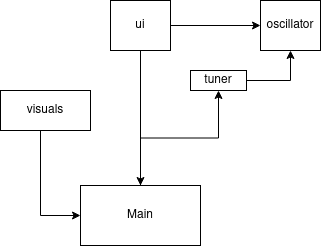
The draw.io diagram dokumentaatio/kuvat/pysynth.drawio.png in pmsainio/ot-harjoitustyo, before a commit. Source tidied: cells renumbered, new cells last; positions are measured from the earlier drawing's top-left corner, leaving out a move shared by most shapes. Its diagram source:
```xml
<mxGraphModel>
  <root>
    <mxCell id="0" />
    <mxCell id="1" parent="0" />
    <mxCell id="2" style="edgeStyle=orthogonalEdgeStyle;rounded=0;jettySize=auto;html=1;" parent="1" edge="1" source="4" target="6">
      <mxGeometry relative="1" as="geometry" />
    </mxCell>
    <mxCell id="3" style="edgeStyle=orthogonalEdgeStyle;rounded=0;jettySize=auto;html=1;" parent="1" edge="1" source="4" target="7">
      <mxGeometry relative="1" as="geometry" />
    </mxCell>
    <mxCell id="4" value="ui" style="rounded=0;whiteSpace=wrap;html=1;" parent="1" vertex="1">
      <mxGeometry x="110" width="60" height="50" as="geometry" />
    </mxCell>
    <mxCell id="5" style="edgeStyle=orthogonalEdgeStyle;rounded=0;jettySize=auto;html=1;" parent="1" edge="1" source="6" target="9">
      <mxGeometry relative="1" as="geometry" />
    </mxCell>
    <mxCell id="6" value="Main" style="whiteSpace=wrap;html=1;rounded=0;" parent="1" vertex="1">
      <mxGeometry x="80" y="185" width="120" height="60" as="geometry" />
    </mxCell>
    <mxCell id="7" value="oscillator" style="rounded=0;whiteSpace=wrap;html=1;" parent="1" vertex="1">
      <mxGeometry x="260" width="60" height="50" as="geometry" />
    </mxCell>
    <mxCell id="8" style="edgeStyle=orthogonalEdgeStyle;rounded=0;jettySize=auto;html=1;entryX=0.5;entryY=1;entryDx=0;entryDy=0;" parent="1" edge="1" source="9" target="7">
      <mxGeometry relative="1" as="geometry" />
    </mxCell>
    <mxCell id="9" value="tuner" style="whiteSpace=wrap;html=1;rounded=0;" parent="1" vertex="1">
      <mxGeometry x="190" y="70" width="56" height="20" as="geometry" />
    </mxCell>
    <mxCell id="10" style="edgeStyle=orthogonalEdgeStyle;rounded=0;jettySize=auto;html=1;entryX=0;entryY=0.5;entryDx=0;entryDy=0;" parent="1" edge="1" source="11" target="6">
      <mxGeometry relative="1" as="geometry">
        <Array as="points">
          <mxPoint x="40" y="215" />
        </Array>
      </mxGeometry>
    </mxCell>
    <mxCell id="11" value="visuals" style="rounded=0;whiteSpace=wrap;html=1;" parent="1" vertex="1">
      <mxGeometry y="90" width="90" height="40" as="geometry" />
    </mxCell>
  </root>
</mxGraphModel>
```
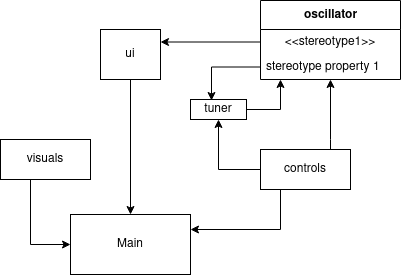
Later version of the same file.

The edit, as a diff of the source:
```diff
@@ -5,26 +5,19 @@
     <mxCell id="2" style="edgeStyle=orthogonalEdgeStyle;rounded=0;jettySize=auto;html=1;" parent="1" edge="1" source="4" target="6">
       <mxGeometry relative="1" as="geometry" />
     </mxCell>
-    <mxCell id="3" style="edgeStyle=orthogonalEdgeStyle;rounded=0;jettySize=auto;html=1;" parent="1" edge="1" source="4" target="7">
-      <mxGeometry relative="1" as="geometry" />
-    </mxCell>
     <mxCell id="4" value="ui" style="rounded=0;whiteSpace=wrap;html=1;" parent="1" vertex="1">
       <mxGeometry x="110" width="60" height="50" as="geometry" />
     </mxCell>
-    <mxCell id="5" style="edgeStyle=orthogonalEdgeStyle;rounded=0;jettySize=auto;html=1;" parent="1" edge="1" source="6" target="9">
-      <mxGeometry relative="1" as="geometry" />
-    </mxCell>
     <mxCell id="6" value="Main" style="whiteSpace=wrap;html=1;rounded=0;" parent="1" vertex="1">
       <mxGeometry x="80" y="185" width="120" height="60" as="geometry" />
     </mxCell>
-    <mxCell id="7" value="oscillator" style="rounded=0;whiteSpace=wrap;html=1;" parent="1" vertex="1">
-      <mxGeometry x="260" width="60" height="50" as="geometry" />
-    </mxCell>
-    <mxCell id="8" style="edgeStyle=orthogonalEdgeStyle;rounded=0;jettySize=auto;html=1;entryX=0.5;entryY=1;entryDx=0;entryDy=0;" parent="1" edge="1" source="9" target="7">
-      <mxGeometry relative="1" as="geometry" />
+    <mxCell id="8" style="edgeStyle=orthogonalEdgeStyle;rounded=0;jettySize=auto;html=1;entryX=0.5;entryY=1;entryDx=0;entryDy=0;" parent="1" edge="1" source="9">
+      <mxGeometry relative="1" as="geometry">
+        <mxPoint x="290" y="50" as="targetPoint" />
+      </mxGeometry>
     </mxCell>
     <mxCell id="9" value="tuner" style="whiteSpace=wrap;html=1;rounded=0;" parent="1" vertex="1">
-      <mxGeometry x="190" y="70" width="56" height="20" as="geometry" />
+      <mxGeometry x="200" y="70" width="56" height="20" as="geometry" />
     </mxCell>
     <mxCell id="10" style="edgeStyle=orthogonalEdgeStyle;rounded=0;jettySize=auto;html=1;entryX=0;entryY=0.5;entryDx=0;entryDy=0;" parent="1" edge="1" source="11" target="6">
       <mxGeometry relative="1" as="geometry">
@@ -34,7 +27,43 @@
       </mxGeometry>
     </mxCell>
     <mxCell id="11" value="visuals" style="rounded=0;whiteSpace=wrap;html=1;" parent="1" vertex="1">
-      <mxGeometry y="90" width="90" height="40" as="geometry" />
+      <mxGeometry x="10" y="110" width="90" height="40" as="geometry" />
     </mxCell>
+    <mxCell id="7" value="oscillator" style="swimlane;fontStyle=1;align=center;verticalAlign=middle;horizontal=1;startSize=29;html=1;" parent="1" vertex="1">
+      <mxGeometry x="270" y="-29" width="140" height="79" as="geometry" />
+    </mxCell>
+    <mxCell id="12" value="&amp;lt;&amp;lt;stereotype1&amp;gt;&amp;gt;" style="text;html=1;strokeColor=none;fillColor=none;align=center;verticalAlign=middle;spacingLeft=4;spacingRight=4;overflow=hidden;points=[[0,0.5],[1,0.5]];portConstraint=eastwest;" parent="7" vertex="1">
+      <mxGeometry y="29" width="140" height="25" as="geometry" />
+    </mxCell>
+    <mxCell id="13" value="stereotype property 1" style="text;html=1;strokeColor=none;fillColor=none;align=left;verticalAlign=middle;spacingLeft=4;spacingRight=4;overflow=hidden;points=[[0,0.5],[1,0.5]];portConstraint=eastwest;" parent="7" vertex="1">
+      <mxGeometry y="54" width="140" height="25" as="geometry" />
+    </mxCell>
+    <mxCell id="14" style="edgeStyle=orthogonalEdgeStyle;rounded=0;jettySize=auto;html=1;entryX=0.5;entryY=1;entryDx=0;entryDy=0;" parent="1" edge="1" source="17" target="9">
+      <mxGeometry relative="1" as="geometry" />
+    </mxCell>
+    <mxCell id="15" style="edgeStyle=orthogonalEdgeStyle;rounded=0;jettySize=auto;html=1;entryX=0.5;entryY=1;entryDx=0;entryDy=0;" parent="1" edge="1" source="17" target="7">
+      <mxGeometry relative="1" as="geometry">
+        <Array as="points">
+          <mxPoint x="340" y="110" />
+          <mxPoint x="340" y="110" />
+        </Array>
+      </mxGeometry>
+    </mxCell>
+    <mxCell id="16" style="edgeStyle=orthogonalEdgeStyle;rounded=0;jettySize=auto;html=1;entryX=1;entryY=0.25;entryDx=0;entryDy=0;" parent="1" edge="1" source="17" target="6">
+      <mxGeometry relative="1" as="geometry">
+        <Array as="points">
+          <mxPoint x="290" y="200" />
+        </Array>
+      </mxGeometry>
+    </mxCell>
+    <mxCell id="17" value="&lt;div&gt;controls&lt;/div&gt;" style="rounded=0;whiteSpace=wrap;html=1;" parent="1" vertex="1">
+      <mxGeometry x="270" y="120" width="90" height="40" as="geometry" />
+    </mxCell>
+    <mxCell id="18" style="edgeStyle=orthogonalEdgeStyle;rounded=0;jettySize=auto;html=1;entryX=0.375;entryY=0.05;entryDx=0;entryDy=0;entryPerimeter=0;" parent="1" edge="1" source="13" target="9">
+      <mxGeometry relative="1" as="geometry" />
+    </mxCell>
+    <mxCell id="19" style="edgeStyle=orthogonalEdgeStyle;rounded=0;jettySize=auto;html=1;exitX=0;exitY=0.5;exitDx=0;exitDy=0;entryX=1;entryY=0.25;entryDx=0;entryDy=0;" parent="1" edge="1" source="12" target="4">
+      <mxGeometry relative="1" as="geometry" />
+    </mxCell>
   </root>
 </mxGraphModel>
```
